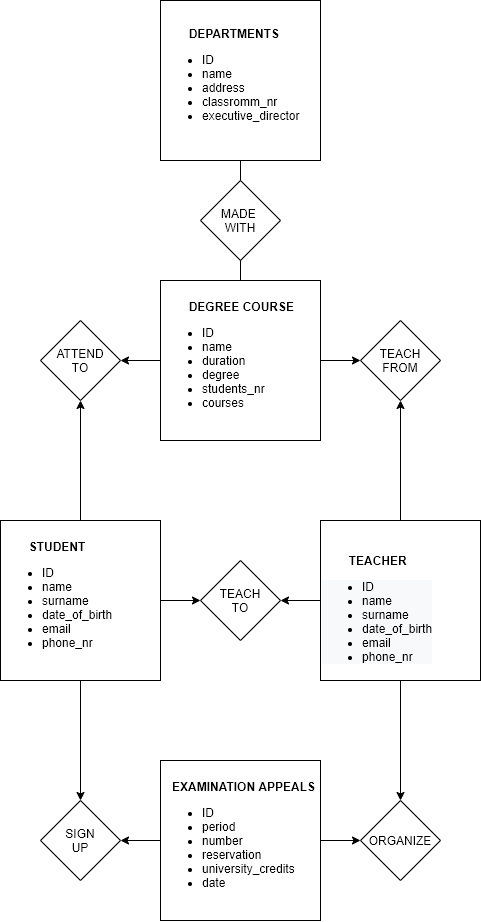
Earlier version of the draw.io export db_university.png (TheSmallWorld95/db-university). Source tidied: cells renumbered, new cells last; positions are measured from the earlier drawing's top-left corner, leaving out a move shared by most shapes.
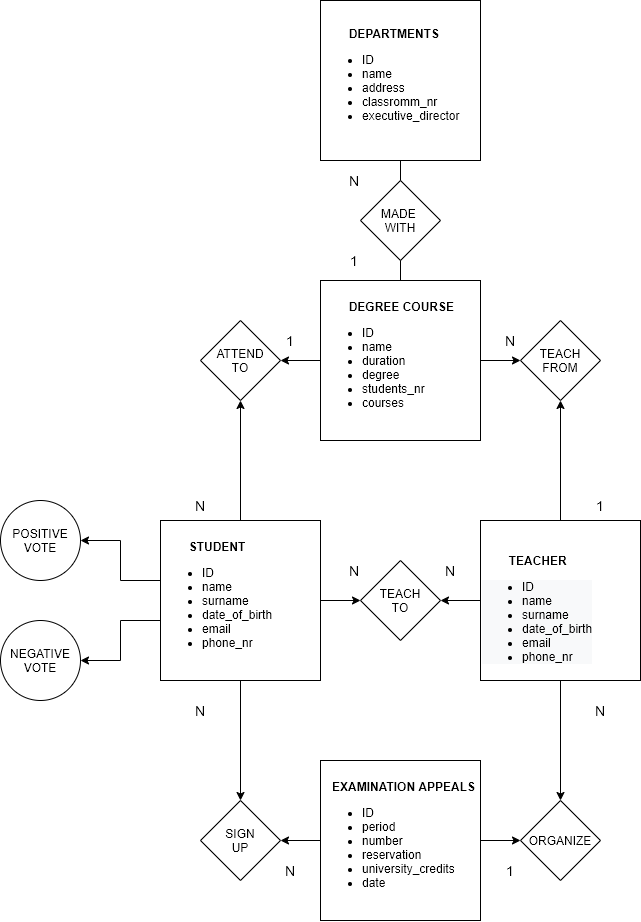
Above is the later version.

The edit, as a diff of the source:
```diff
@@ -60,6 +60,22 @@
         <mxPoint x="80" y="800" as="targetPoint" />
       </mxGeometry>
     </mxCell>
+    <mxCell id="41" style="edgeStyle=orthogonalEdgeStyle;rounded=0;jettySize=auto;html=1;entryX=1;entryY=0.5;entryDx=0;entryDy=0;" parent="1" edge="1" source="16" target="43">
+      <mxGeometry relative="1" as="geometry">
+        <Array as="points">
+          <mxPoint x="-40" y="580" />
+          <mxPoint x="-40" y="540" />
+        </Array>
+      </mxGeometry>
+    </mxCell>
+    <mxCell id="42" style="edgeStyle=orthogonalEdgeStyle;rounded=0;jettySize=auto;html=1;" parent="1" edge="1" source="16" target="44">
+      <mxGeometry relative="1" as="geometry">
+        <Array as="points">
+          <mxPoint x="-40" y="620" />
+          <mxPoint x="-40" y="660" />
+        </Array>
+      </mxGeometry>
+    </mxCell>
     <mxCell id="16" value="&lt;b&gt;&amp;nbsp; &amp;nbsp; &amp;nbsp; &amp;nbsp; STUDENT&lt;br&gt;&lt;/b&gt;&lt;ul&gt;&lt;li&gt;ID&lt;/li&gt;&lt;li&gt;name&lt;/li&gt;&lt;li&gt;surname&lt;/li&gt;&lt;li&gt;date_of_birth&lt;/li&gt;&lt;li&gt;email&lt;/li&gt;&lt;li&gt;phone_nr&lt;/li&gt;&lt;/ul&gt;" style="whiteSpace=wrap;html=1;align=left;" parent="1" vertex="1">
       <mxGeometry y="520" width="160" height="160" as="geometry" />
     </mxCell>
@@ -98,44 +114,50 @@
     <mxCell id="27" value="ORGANIZE" style="rhombus;whiteSpace=wrap;html=1;align=center;" parent="1" vertex="1">
       <mxGeometry x="360" y="800" width="80" height="80" as="geometry" />
     </mxCell>
-    <mxCell id="28" value="1" style="text;html=1;strokeColor=none;fillColor=none;align=center;verticalAlign=middle;whiteSpace=wrap;fontSize=14;fontColor=#FFFFFF;" parent="1" vertex="1">
+    <mxCell id="28" value="1" style="text;html=1;strokeColor=none;fillColor=none;align=center;verticalAlign=middle;whiteSpace=wrap;fontSize=14;" parent="1" vertex="1">
       <mxGeometry x="174" y="250" width="40" height="20" as="geometry" />
     </mxCell>
     <mxCell id="29" value="&lt;div&gt;&amp;nbsp; &amp;nbsp; &amp;nbsp; &amp;nbsp; &lt;b&gt;DEPARTMENTS&lt;/b&gt;&lt;/div&gt;&lt;ul&gt;&lt;li&gt;ID&lt;/li&gt;&lt;li&gt;name&lt;/li&gt;&lt;li&gt;address&lt;/li&gt;&lt;li&gt;classromm_nr&lt;/li&gt;&lt;li&gt;executive_director&lt;/li&gt;&lt;/ul&gt;" style="whiteSpace=wrap;html=1;align=left;labelPosition=center;verticalLabelPosition=middle;verticalAlign=middle;spacingTop=0;spacingLeft=0;" parent="1" vertex="1">
       <mxGeometry x="160" width="160" height="160" as="geometry" />
     </mxCell>
-    <mxCell id="30" value="N" style="text;html=1;strokeColor=none;fillColor=none;align=center;verticalAlign=middle;whiteSpace=wrap;fontSize=14;fontColor=#FFFFFF;" parent="1" vertex="1">
+    <mxCell id="30" value="N" style="text;html=1;strokeColor=none;fillColor=none;align=center;verticalAlign=middle;whiteSpace=wrap;fontSize=14;" parent="1" vertex="1">
       <mxGeometry x="174" y="170" width="40" height="20" as="geometry" />
     </mxCell>
-    <mxCell id="31" value="1" style="text;html=1;strokeColor=none;fillColor=none;align=center;verticalAlign=middle;whiteSpace=wrap;fontSize=14;fontColor=#FFFFFF;" parent="1" vertex="1">
+    <mxCell id="31" value="1" style="text;html=1;strokeColor=none;fillColor=none;align=center;verticalAlign=middle;whiteSpace=wrap;fontSize=14;" parent="1" vertex="1">
       <mxGeometry x="420" y="495" width="40" height="20" as="geometry" />
     </mxCell>
-    <mxCell id="32" value="1" style="text;html=1;strokeColor=none;fillColor=none;align=center;verticalAlign=middle;whiteSpace=wrap;fontSize=14;fontColor=#FFFFFF;" parent="1" vertex="1">
+    <mxCell id="32" value="1" style="text;html=1;strokeColor=none;fillColor=none;align=center;verticalAlign=middle;whiteSpace=wrap;fontSize=14;" parent="1" vertex="1">
       <mxGeometry x="110" y="330" width="40" height="20" as="geometry" />
     </mxCell>
-    <mxCell id="33" value="N" style="text;html=1;strokeColor=none;fillColor=none;align=center;verticalAlign=middle;whiteSpace=wrap;fontSize=14;fontColor=#FFFFFF;" parent="1" vertex="1">
+    <mxCell id="33" value="N" style="text;html=1;strokeColor=none;fillColor=none;align=center;verticalAlign=middle;whiteSpace=wrap;fontSize=14;" parent="1" vertex="1">
       <mxGeometry x="20" y="495" width="40" height="20" as="geometry" />
     </mxCell>
-    <mxCell id="34" value="N" style="text;html=1;strokeColor=none;fillColor=none;align=center;verticalAlign=middle;whiteSpace=wrap;fontSize=14;fontColor=#FFFFFF;" parent="1" vertex="1">
+    <mxCell id="34" value="N" style="text;html=1;strokeColor=none;fillColor=none;align=center;verticalAlign=middle;whiteSpace=wrap;fontSize=14;" parent="1" vertex="1">
       <mxGeometry x="330" y="330" width="40" height="20" as="geometry" />
     </mxCell>
-    <mxCell id="35" value="N" style="text;html=1;strokeColor=none;fillColor=none;align=center;verticalAlign=middle;whiteSpace=wrap;fontSize=14;fontColor=#FFFFFF;" parent="1" vertex="1">
+    <mxCell id="35" value="N" style="text;html=1;strokeColor=none;fillColor=none;align=center;verticalAlign=middle;whiteSpace=wrap;fontSize=14;" parent="1" vertex="1">
       <mxGeometry x="174" y="560" width="40" height="20" as="geometry" />
     </mxCell>
-    <mxCell id="36" value="N" style="text;html=1;strokeColor=none;fillColor=none;align=center;verticalAlign=middle;whiteSpace=wrap;fontSize=14;fontColor=#FFFFFF;" parent="1" vertex="1">
+    <mxCell id="36" value="N" style="text;html=1;strokeColor=none;fillColor=none;align=center;verticalAlign=middle;whiteSpace=wrap;fontSize=14;" parent="1" vertex="1">
       <mxGeometry x="270" y="560" width="40" height="20" as="geometry" />
     </mxCell>
-    <mxCell id="37" value="N" style="text;html=1;strokeColor=none;fillColor=none;align=center;verticalAlign=middle;whiteSpace=wrap;fontSize=14;fontColor=#FFFFFF;" parent="1" vertex="1">
+    <mxCell id="37" value="N" style="text;html=1;strokeColor=none;fillColor=none;align=center;verticalAlign=middle;whiteSpace=wrap;fontSize=14;" parent="1" vertex="1">
       <mxGeometry x="110" y="860" width="40" height="20" as="geometry" />
     </mxCell>
-    <mxCell id="38" value="N" style="text;html=1;strokeColor=none;fillColor=none;align=center;verticalAlign=middle;whiteSpace=wrap;fontSize=14;fontColor=#FFFFFF;" parent="1" vertex="1">
+    <mxCell id="38" value="N" style="text;html=1;strokeColor=none;fillColor=none;align=center;verticalAlign=middle;whiteSpace=wrap;fontSize=14;" parent="1" vertex="1">
       <mxGeometry x="20" y="700" width="40" height="20" as="geometry" />
     </mxCell>
-    <mxCell id="39" value="N" style="text;html=1;strokeColor=none;fillColor=none;align=center;verticalAlign=middle;whiteSpace=wrap;fontSize=14;fontColor=#FFFFFF;" parent="1" vertex="1">
+    <mxCell id="39" value="N" style="text;html=1;strokeColor=none;fillColor=none;align=center;verticalAlign=middle;whiteSpace=wrap;fontSize=14;" parent="1" vertex="1">
       <mxGeometry x="420" y="700" width="40" height="20" as="geometry" />
     </mxCell>
-    <mxCell id="40" value="1" style="text;html=1;strokeColor=none;fillColor=none;align=center;verticalAlign=middle;whiteSpace=wrap;fontSize=14;fontColor=#FFFFFF;" parent="1" vertex="1">
+    <mxCell id="40" value="1" style="text;html=1;strokeColor=none;fillColor=none;align=center;verticalAlign=middle;whiteSpace=wrap;fontSize=14;" parent="1" vertex="1">
       <mxGeometry x="330" y="860" width="40" height="20" as="geometry" />
     </mxCell>
+    <mxCell id="43" value="POSITIVE&lt;br&gt;VOTE" style="ellipse;whiteSpace=wrap;html=1;" parent="1" vertex="1">
+      <mxGeometry x="-160" y="500" width="80" height="80" as="geometry" />
+    </mxCell>
+    <mxCell id="44" value="NEGATIVE&lt;br&gt;VOTE" style="ellipse;whiteSpace=wrap;html=1;" parent="1" vertex="1">
+      <mxGeometry x="-160" y="620" width="80" height="80" as="geometry" />
+    </mxCell>
   </root>
 </mxGraphModel>
```
